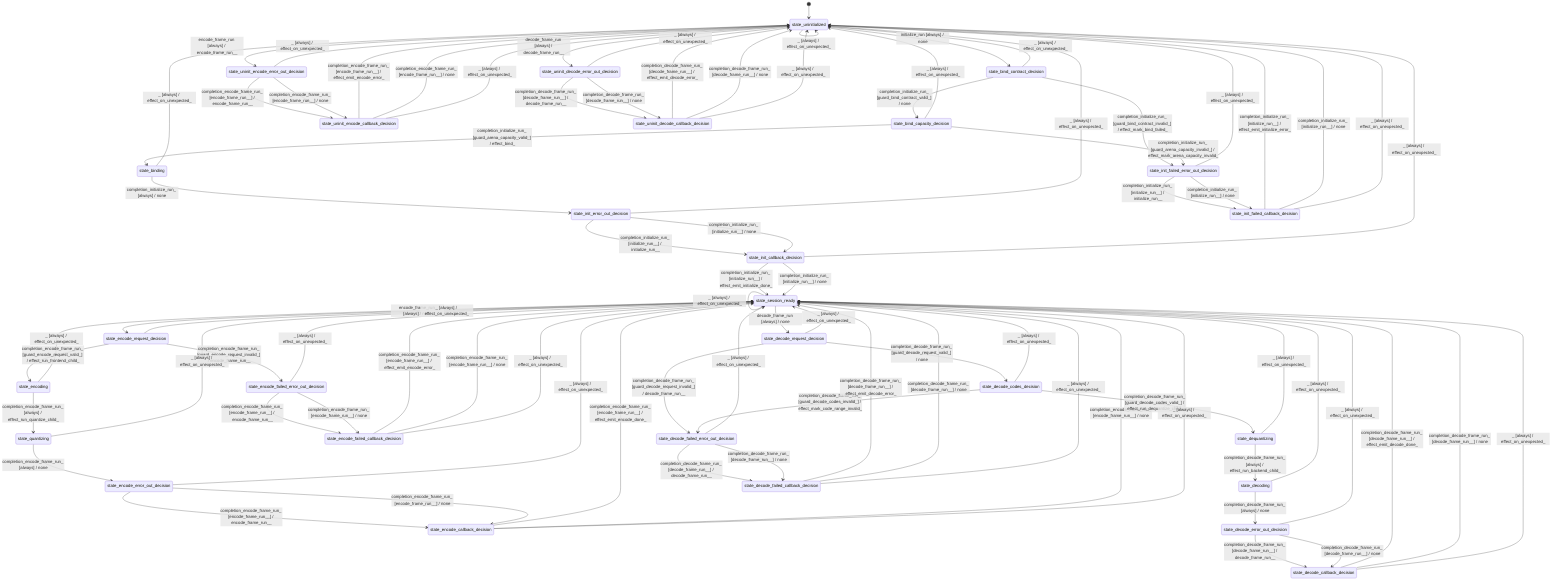
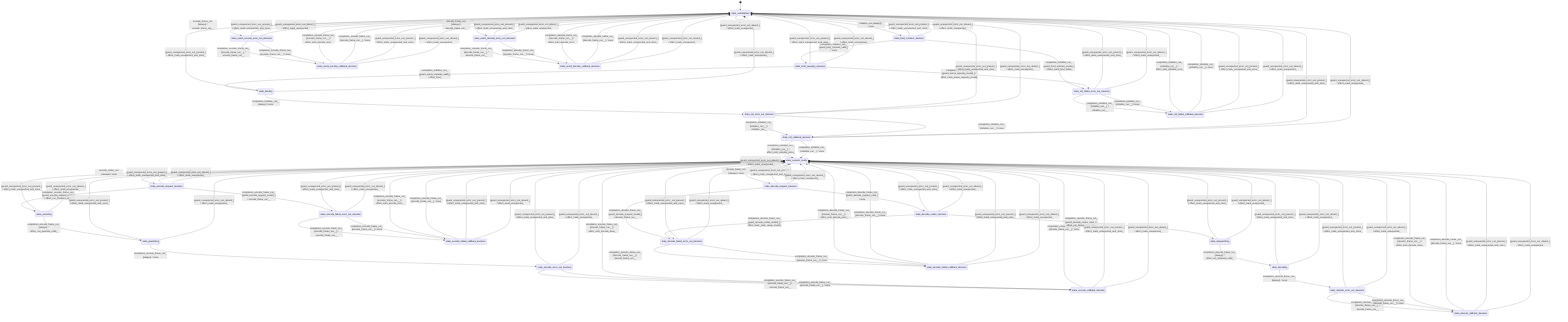
stateDiagram-v2
  direction TB
  [*] --> state_uninitialized
  state_uninitialized --> state_bind_contract_decision : initialize_run [always] / none
  state_bind_contract_decision --> state_bind_capacity_decision : completion_initialize_run_ [guard_bind_contract_valid_] / none
  state_bind_contract_decision --> state_init_failed_error_out_decision : completion_initialize_run_ [guard_bind_contract_invalid_] / effect_mark_bind_failed_
  state_bind_capacity_decision --> state_binding : completion_initialize_run_ [guard_arena_capacity_valid_] / effect_bind_
  state_bind_capacity_decision --> state_init_failed_error_out_decision : completion_initialize_run_ [guard_arena_capacity_invalid_] / effect_mark_arena_capacity_invalid_
  state_binding --> state_init_error_out_decision : completion_initialize_run_ [always] / none
  state_init_error_out_decision --> state_init_callback_decision : completion_initialize_run_ [initialize_run__] / initialize_run__
  state_init_error_out_decision --> state_init_callback_decision : completion_initialize_run_ [initialize_run__] / none
  state_init_failed_error_out_decision --> state_init_failed_callback_decision : completion_initialize_run_ [initialize_run__] / initialize_run__
  state_init_failed_error_out_decision --> state_init_failed_callback_decision : completion_initialize_run_ [initialize_run__] / none
  state_init_callback_decision --> state_session_ready : completion_initialize_run_ [initialize_run__] / effect_emit_initialize_done_
  state_init_callback_decision --> state_session_ready : completion_initialize_run_ [initialize_run__] / none
  state_init_failed_callback_decision --> state_uninitialized : completion_initialize_run_ [initialize_run__] / effect_emit_initialize_error_
  state_init_failed_callback_decision --> state_uninitialized : completion_initialize_run_ [initialize_run__] / none
  state_session_ready --> state_encode_request_decision : encode_frame_run [always] / none
  state_encode_request_decision --> state_encoding : completion_encode_frame_run_ [guard_encode_request_valid_] / effect_run_frontend_child_
  state_encode_request_decision --> state_encode_failed_error_out_decision : completion_encode_frame_run_ [guard_encode_request_invalid_] / encode_frame_run__
  state_encoding --> state_quantizing : completion_encode_frame_run_ [always] / effect_run_quantize_child_
  state_quantizing --> state_encode_error_out_decision : completion_encode_frame_run_ [always] / none
  state_encode_error_out_decision --> state_encode_callback_decision : completion_encode_frame_run_ [encode_frame_run__] / encode_frame_run__
  state_encode_error_out_decision --> state_encode_callback_decision : completion_encode_frame_run_ [encode_frame_run__] / none
  state_encode_failed_error_out_decision --> state_encode_failed_callback_decision : completion_encode_frame_run_ [encode_frame_run__] / encode_frame_run__
  state_encode_failed_error_out_decision --> state_encode_failed_callback_decision : completion_encode_frame_run_ [encode_frame_run__] / none
  state_encode_callback_decision --> state_session_ready : completion_encode_frame_run_ [encode_frame_run__] / effect_emit_encode_done_
  state_encode_callback_decision --> state_session_ready : completion_encode_frame_run_ [encode_frame_run__] / none
  state_encode_failed_callback_decision --> state_session_ready : completion_encode_frame_run_ [encode_frame_run__] / effect_emit_encode_error_
  state_encode_failed_callback_decision --> state_session_ready : completion_encode_frame_run_ [encode_frame_run__] / none
  state_session_ready --> state_decode_request_decision : decode_frame_run [always] / none
  state_decode_request_decision --> state_decode_codes_decision : completion_decode_frame_run_ [guard_decode_request_valid_] / none
  state_decode_request_decision --> state_decode_failed_error_out_decision : completion_decode_frame_run_ [guard_decode_request_invalid_] / decode_frame_run__
  state_decode_codes_decision --> state_dequantizing : completion_decode_frame_run_ [guard_decode_codes_valid_] / effect_run_dequantize_child_
  state_decode_codes_decision --> state_decode_failed_error_out_decision : completion_decode_frame_run_ [guard_decode_codes_invalid_] / effect_mark_code_range_invalid_
  state_dequantizing --> state_decoding : completion_decode_frame_run_ [always] / effect_run_backend_child_
  state_decoding --> state_decode_error_out_decision : completion_decode_frame_run_ [always] / none
  state_decode_error_out_decision --> state_decode_callback_decision : completion_decode_frame_run_ [decode_frame_run__] / decode_frame_run__
  state_decode_error_out_decision --> state_decode_callback_decision : completion_decode_frame_run_ [decode_frame_run__] / none
  state_decode_failed_error_out_decision --> state_decode_failed_callback_decision : completion_decode_frame_run_ [decode_frame_run__] / decode_frame_run__
  state_decode_failed_error_out_decision --> state_decode_failed_callback_decision : completion_decode_frame_run_ [decode_frame_run__] / none
  state_decode_callback_decision --> state_session_ready : completion_decode_frame_run_ [decode_frame_run__] / effect_emit_decode_done_
  state_decode_callback_decision --> state_session_ready : completion_decode_frame_run_ [decode_frame_run__] / none
  state_decode_failed_callback_decision --> state_session_ready : completion_decode_frame_run_ [decode_frame_run__] / effect_emit_decode_error_
  state_decode_failed_callback_decision --> state_session_ready : completion_decode_frame_run_ [decode_frame_run__] / none
  state_session_ready --> state_session_ready : reset_stream_run [always] / effect_reset_stream_
  state_uninitialized --> state_uninit_encode_error_out_decision : encode_frame_run [always] / encode_frame_run__
  state_uninit_encode_error_out_decision --> state_uninit_encode_callback_decision : completion_encode_frame_run_ [encode_frame_run__] / encode_frame_run__
  state_uninit_encode_error_out_decision --> state_uninit_encode_callback_decision : completion_encode_frame_run_ [encode_frame_run__] / none
  state_uninit_encode_callback_decision --> state_uninitialized : completion_encode_frame_run_ [encode_frame_run__] / effect_emit_encode_error_
  state_uninit_encode_callback_decision --> state_uninitialized : completion_encode_frame_run_ [encode_frame_run__] / none
  state_uninitialized --> state_uninit_decode_error_out_decision : decode_frame_run [always] / decode_frame_run__
  state_uninit_decode_error_out_decision --> state_uninit_decode_callback_decision : completion_decode_frame_run_ [decode_frame_run__] / decode_frame_run__
  state_uninit_decode_error_out_decision --> state_uninit_decode_callback_decision : completion_decode_frame_run_ [decode_frame_run__] / none
  state_uninit_decode_callback_decision --> state_uninitialized : completion_decode_frame_run_ [decode_frame_run__] / effect_emit_decode_error_
  state_uninit_decode_callback_decision --> state_uninitialized : completion_decode_frame_run_ [decode_frame_run__] / none
-   state_uninitialized --> state_uninitialized : _ [always] / effect_on_unexpected_
-   state_session_ready --> state_session_ready : _ [always] / effect_on_unexpected_
-   state_encode_request_decision --> state_session_ready : _ [always] / effect_on_unexpected_
-   state_decode_request_decision --> state_session_ready : _ [always] / effect_on_unexpected_
-   state_decode_codes_decision --> state_session_ready : _ [always] / effect_on_unexpected_
-   state_encoding --> state_session_ready : _ [always] / effect_on_unexpected_
-   state_quantizing --> state_session_ready : _ [always] / effect_on_unexpected_
-   state_dequantizing --> state_session_ready : _ [always] / effect_on_unexpected_
-   state_decoding --> state_session_ready : _ [always] / effect_on_unexpected_
-   state_encode_error_out_decision --> state_session_ready : _ [always] / effect_on_unexpected_
-   state_encode_callback_decision --> state_session_ready : _ [always] / effect_on_unexpected_
-   state_encode_failed_error_out_decision --> state_session_ready : _ [always] / effect_on_unexpected_
-   state_encode_failed_callback_decision --> state_session_ready : _ [always] / effect_on_unexpected_
-   state_decode_error_out_decision --> state_session_ready : _ [always] / effect_on_unexpected_
-   state_decode_callback_decision --> state_session_ready : _ [always] / effect_on_unexpected_
-   state_decode_failed_error_out_decision --> state_session_ready : _ [always] / effect_on_unexpected_
-   state_decode_failed_callback_decision --> state_session_ready : _ [always] / effect_on_unexpected_
-   state_bind_contract_decision --> state_uninitialized : _ [always] / effect_on_unexpected_
-   state_bind_capacity_decision --> state_uninitialized : _ [always] / effect_on_unexpected_
-   state_binding --> state_uninitialized : _ [always] / effect_on_unexpected_
-   state_init_error_out_decision --> state_uninitialized : _ [always] / effect_on_unexpected_
-   state_init_callback_decision --> state_uninitialized : _ [always] / effect_on_unexpected_
-   state_init_failed_error_out_decision --> state_uninitialized : _ [always] / effect_on_unexpected_
-   state_init_failed_callback_decision --> state_uninitialized : _ [always] / effect_on_unexpected_
-   state_uninit_encode_error_out_decision --> state_uninitialized : _ [always] / effect_on_unexpected_
-   state_uninit_encode_callback_decision --> state_uninitialized : _ [always] / effect_on_unexpected_
-   state_uninit_decode_error_out_decision --> state_uninitialized : _ [always] / effect_on_unexpected_
-   state_uninit_decode_callback_decision --> state_uninitialized : _ [always] / effect_on_unexpected_
+   state_uninitialized --> state_uninitialized : _ [guard_unexpected_error_out_present_] / effect_mark_unexpected_and_store_
+   state_uninitialized --> state_uninitialized : _ [guard_unexpected_error_out_absent_] / effect_mark_unexpected_
+   state_session_ready --> state_session_ready : _ [guard_unexpected_error_out_present_] / effect_mark_unexpected_and_store_
+   state_session_ready --> state_session_ready : _ [guard_unexpected_error_out_absent_] / effect_mark_unexpected_
+   state_encode_request_decision --> state_session_ready : _ [guard_unexpected_error_out_present_] / effect_mark_unexpected_and_store_
+   state_encode_request_decision --> state_session_ready : _ [guard_unexpected_error_out_absent_] / effect_mark_unexpected_
+   state_decode_request_decision --> state_session_ready : _ [guard_unexpected_error_out_present_] / effect_mark_unexpected_and_store_
+   state_decode_request_decision --> state_session_ready : _ [guard_unexpected_error_out_absent_] / effect_mark_unexpected_
+   state_decode_codes_decision --> state_session_ready : _ [guard_unexpected_error_out_present_] / effect_mark_unexpected_and_store_
+   state_decode_codes_decision --> state_session_ready : _ [guard_unexpected_error_out_absent_] / effect_mark_unexpected_
+   state_encoding --> state_session_ready : _ [guard_unexpected_error_out_present_] / effect_mark_unexpected_and_store_
+   state_encoding --> state_session_ready : _ [guard_unexpected_error_out_absent_] / effect_mark_unexpected_
+   state_quantizing --> state_session_ready : _ [guard_unexpected_error_out_present_] / effect_mark_unexpected_and_store_
+   state_quantizing --> state_session_ready : _ [guard_unexpected_error_out_absent_] / effect_mark_unexpected_
+   state_dequantizing --> state_session_ready : _ [guard_unexpected_error_out_present_] / effect_mark_unexpected_and_store_
+   state_dequantizing --> state_session_ready : _ [guard_unexpected_error_out_absent_] / effect_mark_unexpected_
+   state_decoding --> state_session_ready : _ [guard_unexpected_error_out_present_] / effect_mark_unexpected_and_store_
+   state_decoding --> state_session_ready : _ [guard_unexpected_error_out_absent_] / effect_mark_unexpected_
+   state_encode_error_out_decision --> state_session_ready : _ [guard_unexpected_error_out_present_] / effect_mark_unexpected_and_store_
+   state_encode_error_out_decision --> state_session_ready : _ [guard_unexpected_error_out_absent_] / effect_mark_unexpected_
+   state_encode_callback_decision --> state_session_ready : _ [guard_unexpected_error_out_present_] / effect_mark_unexpected_and_store_
+   state_encode_callback_decision --> state_session_ready : _ [guard_unexpected_error_out_absent_] / effect_mark_unexpected_
+   state_encode_failed_error_out_decision --> state_session_ready : _ [guard_unexpected_error_out_present_] / effect_mark_unexpected_and_store_
+   state_encode_failed_error_out_decision --> state_session_ready : _ [guard_unexpected_error_out_absent_] / effect_mark_unexpected_
+   state_encode_failed_callback_decision --> state_session_ready : _ [guard_unexpected_error_out_present_] / effect_mark_unexpected_and_store_
+   state_encode_failed_callback_decision --> state_session_ready : _ [guard_unexpected_error_out_absent_] / effect_mark_unexpected_
+   state_decode_error_out_decision --> state_session_ready : _ [guard_unexpected_error_out_present_] / effect_mark_unexpected_and_store_
+   state_decode_error_out_decision --> state_session_ready : _ [guard_unexpected_error_out_absent_] / effect_mark_unexpected_
+   state_decode_callback_decision --> state_session_ready : _ [guard_unexpected_error_out_present_] / effect_mark_unexpected_and_store_
+   state_decode_callback_decision --> state_session_ready : _ [guard_unexpected_error_out_absent_] / effect_mark_unexpected_
+   state_decode_failed_error_out_decision --> state_session_ready : _ [guard_unexpected_error_out_present_] / effect_mark_unexpected_and_store_
+   state_decode_failed_error_out_decision --> state_session_ready : _ [guard_unexpected_error_out_absent_] / effect_mark_unexpected_
+   state_decode_failed_callback_decision --> state_session_ready : _ [guard_unexpected_error_out_present_] / effect_mark_unexpected_and_store_
+   state_decode_failed_callback_decision --> state_session_ready : _ [guard_unexpected_error_out_absent_] / effect_mark_unexpected_
+   state_bind_contract_decision --> state_uninitialized : _ [guard_unexpected_error_out_present_] / effect_mark_unexpected_and_store_
+   state_bind_contract_decision --> state_uninitialized : _ [guard_unexpected_error_out_absent_] / effect_mark_unexpected_
+   state_bind_capacity_decision --> state_uninitialized : _ [guard_unexpected_error_out_present_] / effect_mark_unexpected_and_store_
+   state_bind_capacity_decision --> state_uninitialized : _ [guard_unexpected_error_out_absent_] / effect_mark_unexpected_
+   state_binding --> state_uninitialized : _ [guard_unexpected_error_out_present_] / effect_mark_unexpected_and_store_
+   state_binding --> state_uninitialized : _ [guard_unexpected_error_out_absent_] / effect_mark_unexpected_
+   state_init_error_out_decision --> state_uninitialized : _ [guard_unexpected_error_out_present_] / effect_mark_unexpected_and_store_
+   state_init_error_out_decision --> state_uninitialized : _ [guard_unexpected_error_out_absent_] / effect_mark_unexpected_
+   state_init_callback_decision --> state_uninitialized : _ [guard_unexpected_error_out_present_] / effect_mark_unexpected_and_store_
+   state_init_callback_decision --> state_uninitialized : _ [guard_unexpected_error_out_absent_] / effect_mark_unexpected_
+   state_init_failed_error_out_decision --> state_uninitialized : _ [guard_unexpected_error_out_present_] / effect_mark_unexpected_and_store_
+   state_init_failed_error_out_decision --> state_uninitialized : _ [guard_unexpected_error_out_absent_] / effect_mark_unexpected_
+   state_init_failed_callback_decision --> state_uninitialized : _ [guard_unexpected_error_out_present_] / effect_mark_unexpected_and_store_
+   state_init_failed_callback_decision --> state_uninitialized : _ [guard_unexpected_error_out_absent_] / effect_mark_unexpected_
+   state_uninit_encode_error_out_decision --> state_uninitialized : _ [guard_unexpected_error_out_present_] / effect_mark_unexpected_and_store_
+   state_uninit_encode_error_out_decision --> state_uninitialized : _ [guard_unexpected_error_out_absent_] / effect_mark_unexpected_
+   state_uninit_encode_callback_decision --> state_uninitialized : _ [guard_unexpected_error_out_present_] / effect_mark_unexpected_and_store_
+   state_uninit_encode_callback_decision --> state_uninitialized : _ [guard_unexpected_error_out_absent_] / effect_mark_unexpected_
+   state_uninit_decode_error_out_decision --> state_uninitialized : _ [guard_unexpected_error_out_present_] / effect_mark_unexpected_and_store_
+   state_uninit_decode_error_out_decision --> state_uninitialized : _ [guard_unexpected_error_out_absent_] / effect_mark_unexpected_
+   state_uninit_decode_callback_decision --> state_uninitialized : _ [guard_unexpected_error_out_present_] / effect_mark_unexpected_and_store_
+   state_uninit_decode_callback_decision --> state_uninitialized : _ [guard_unexpected_error_out_absent_] / effect_mark_unexpected_
